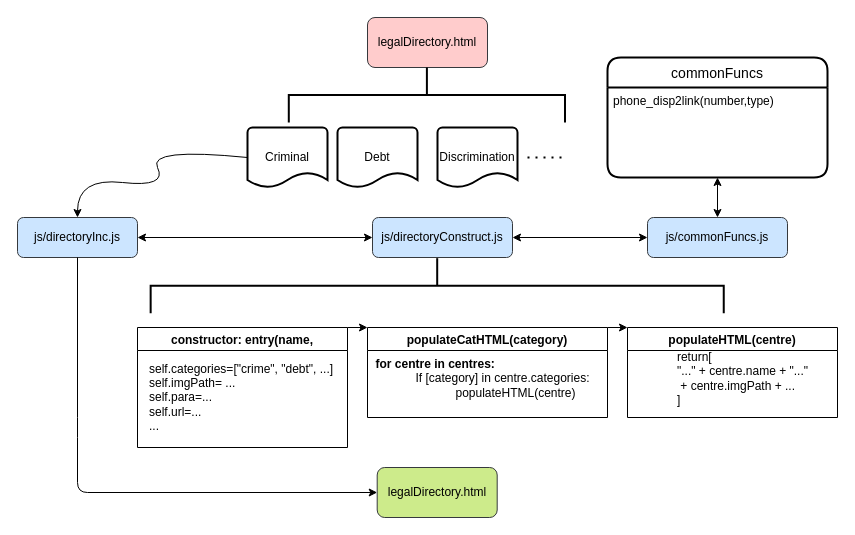
The draw.io diagram automatedDirectoryProcess.drawio in NicGodfrey/theQLD, before the edit. Source tidied: cells renumbered, new cells numbered last; positions are measured from the earlier drawing's top-left corner, leaving out a move shared by most shapes. Both pictures are drawn from the tidied source at 100%, with x=0, y=0 at pixel (17, -44).
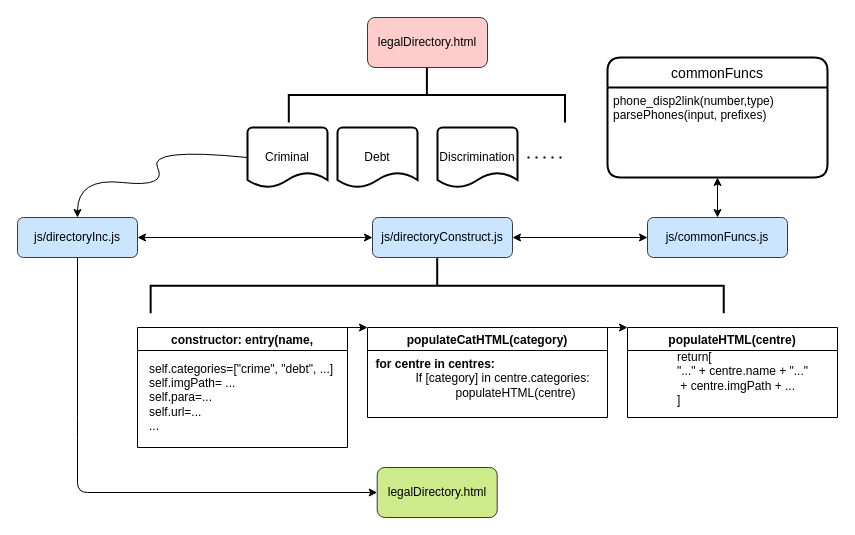
The same diagram, later.

The change refers to these unchanged cells:
```xml
<mxCell id="21" value="commonFuncs" style="swimlane;horizontal=1;startSize=30;rounded=1;fontSize=14;fontStyle=0;strokeWidth=2;shadow=0;dashed=0;align=center;" parent="1" vertex="1">
  <mxGeometry x="590" y="101" width="220" height="120" as="geometry" />
</mxCell>
```

The edit, as a diff of the source:
```diff
@@
-    <mxCell id="22" value="phone_disp2link(number,type)" style="align=left;strokeColor=none;fillColor=none;spacingLeft=4;fontSize=12;verticalAlign=top;" parent="21" vertex="1">
+    <mxCell id="22" value="phone_disp2link(number,type)&#10;parsePhones(input, prefixes)" style="align=left;strokeColor=none;fillColor=none;spacingLeft=4;fontSize=12;verticalAlign=top;" parent="21" vertex="1">
       <mxGeometry y="30" width="220" height="90" as="geometry" />
     </mxCell>
```
